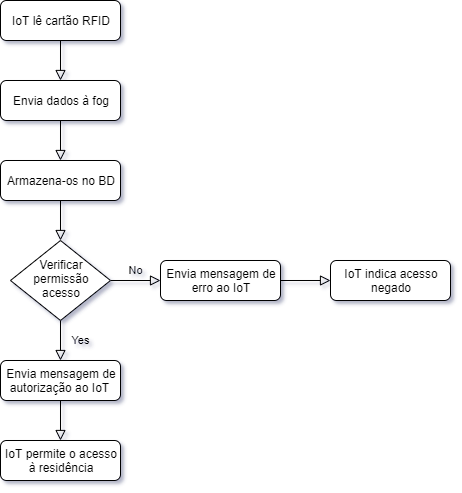
Above: relatorio/figuras/fluxograma.png in RNolioSC/TCC (draw.io), before the change. Source tidied: cells renumbered, new cells last; positions are measured from the earlier drawing's top-left corner, leaving out a move shared by most shapes.
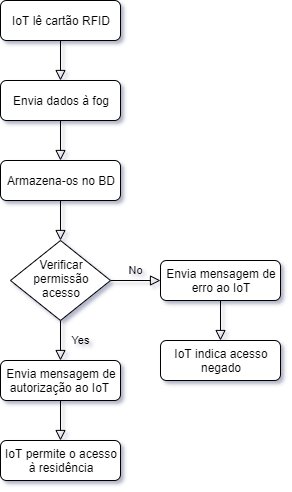
After the change.

Commit message:
fluxogramas atualizados

The edit, as a diff of the source:
```diff
@@ -51,13 +51,14 @@
     <mxCell id="14" value="IoT permite o acesso à residência" style="rounded=1;whiteSpace=wrap;html=1;fontSize=12;glass=0;strokeWidth=1;shadow=0;" parent="1" vertex="1">
       <mxGeometry y="440" width="120" height="40" as="geometry" />
     </mxCell>
-    <mxCell id="15" style="edgeStyle=orthogonalEdgeStyle;rounded=0;html=1;jettySize=auto;fontSize=11;endArrow=block;endFill=0;endSize=8;strokeWidth=1;shadow=0;labelBackgroundColor=none;" parent="1" edge="1" target="16">
-      <mxGeometry y="10" relative="1" as="geometry">
-        <mxPoint x="280" y="280" as="sourcePoint" />
-      </mxGeometry>
-    </mxCell>
+    <mxCell id="17" style="rounded=0;html=1;jettySize=auto;orthogonalLoop=1;fontSize=11;endArrow=block;endFill=0;endSize=8;strokeWidth=1;shadow=0;labelBackgroundColor=none;edgeStyle=orthogonalEdgeStyle;" parent="1" edge="1">
+      <mxGeometry relative="1" as="geometry">
+        <mxPoint x="220" y="300" as="sourcePoint" />
+        <mxPoint x="220" y="340" as="targetPoint" />
+      </mxGeometry>
+    </mxCell>
     <mxCell id="16" value="IoT indica acesso negado" style="rounded=1;whiteSpace=wrap;html=1;fontSize=12;glass=0;strokeWidth=1;shadow=0;" parent="1" vertex="1">
-      <mxGeometry x="330" y="260" width="120" height="40" as="geometry" />
+      <mxGeometry x="160" y="340" width="120" height="40" as="geometry" />
     </mxCell>
   </root>
 </mxGraphModel>
```
